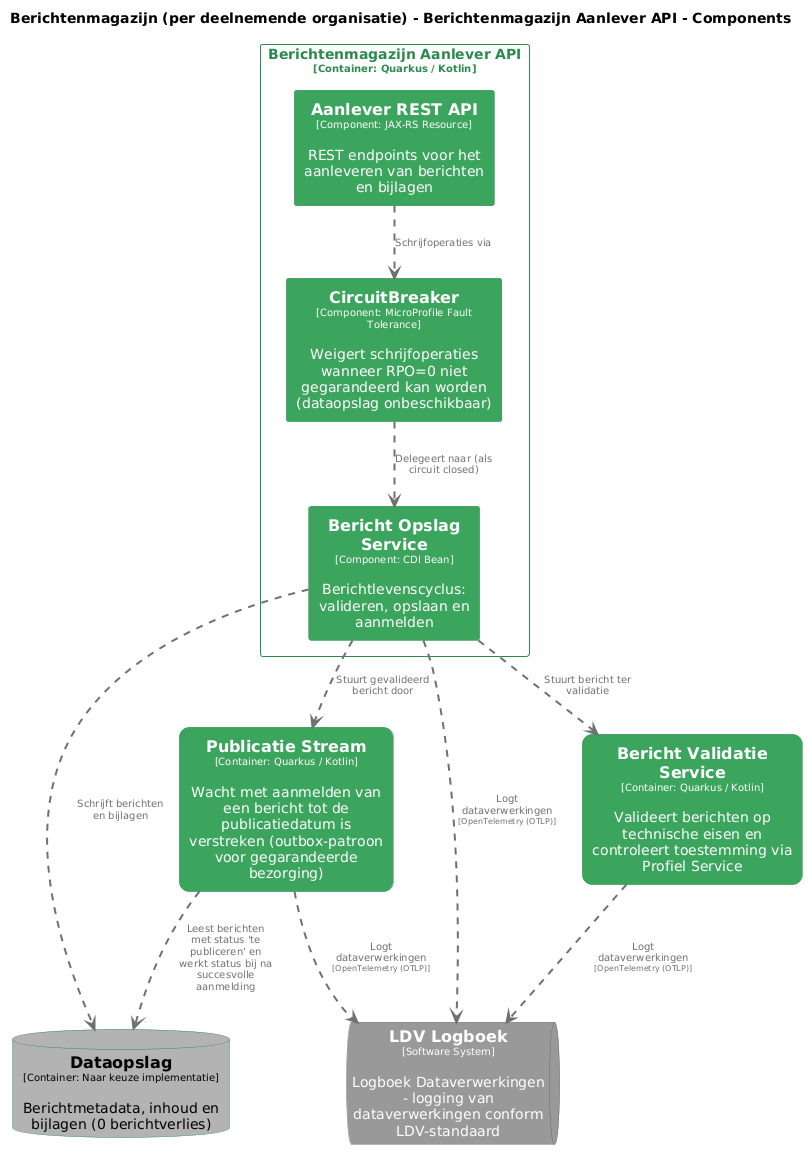
MinBZK/moza-poc-fbs-berichtenbox keeps this PlantUML diagram as pr-preview/pr-22/master/png/AanleverAPIComponenten.png. Above is the earlier version.
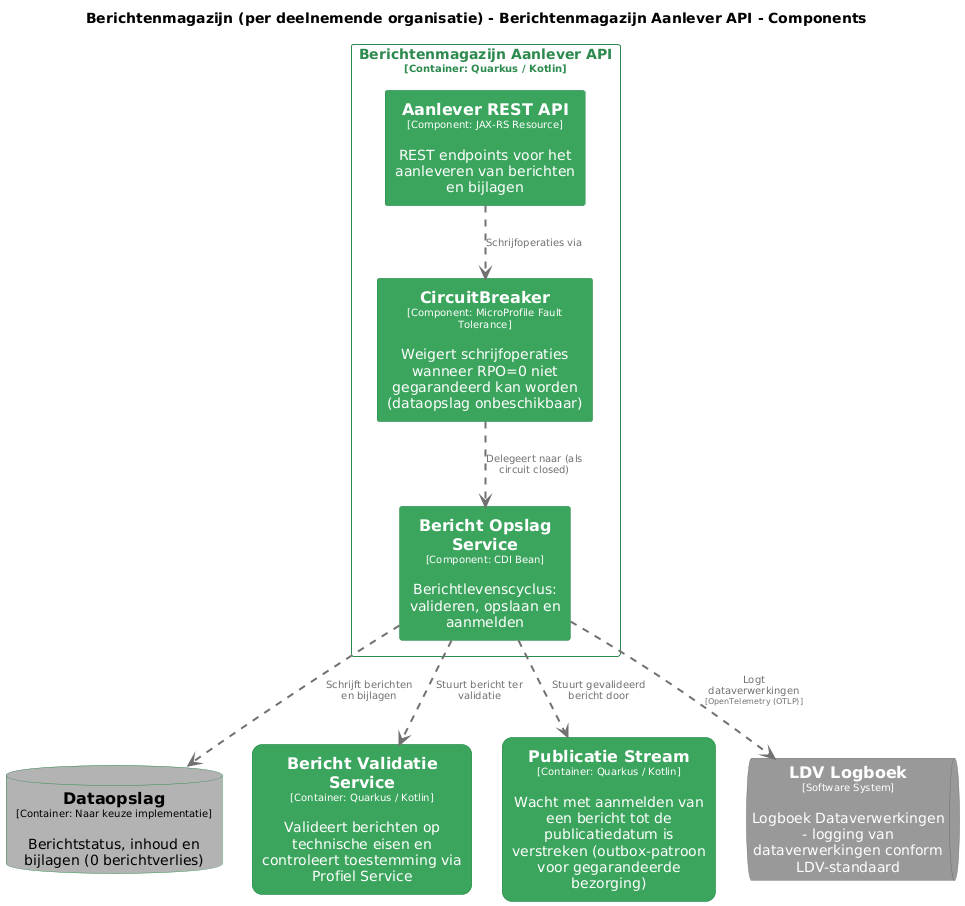
The same file after the commit.

The edit, as a diff of the source:
```diff
@@ -65,7 +65,7 @@
   shadowing false
 }
 
-database "==Dataopslag\n<size:10>[Container: Naar keuze implementatie]</size>\n\nBerichtmetadata, inhoud en bijlagen (0 berichtverlies)" <<Berichtenmagazijnperdeelnemendeorganisatie.Dataopslag>> as Berichtenmagazijnperdeelnemendeorganisatie.Dataopslag
+database "==Dataopslag\n<size:10>[Container: Naar keuze implementatie]</size>\n\nBerichtstatus, inhoud en bijlagen (0 berichtverlies)" <<Berichtenmagazijnperdeelnemendeorganisatie.Dataopslag>> as Berichtenmagazijnperdeelnemendeorganisatie.Dataopslag
 rectangle "==Bericht Validatie Service\n<size:10>[Container: Quarkus / Kotlin]</size>\n\nValideert berichten op technische eisen en controleert toestemming via Profiel Service" <<Berichtenmagazijnperdeelnemendeorganisatie.BerichtValidatieService>> as Berichtenmagazijnperdeelnemendeorganisatie.BerichtValidatieService
 rectangle "==Publicatie Stream\n<size:10>[Container: Quarkus / Kotlin]</size>\n\nWacht met aanmelden van een bericht tot de publicatiedatum is verstreken (outbox-patroon voor gegarandeerde bezorging)" <<Berichtenmagazijnperdeelnemendeorganisatie.PublicatieStream>> as Berichtenmagazijnperdeelnemendeorganisatie.PublicatieStream
 queue "==LDV Logboek\n<size:10>[Software System]</size>\n\nLogboek Dataverwerkingen - logging van dataverwerkingen conform LDV-standaard" <<LDVLogboek>> as LDVLogboek
@@ -77,12 +77,9 @@
 }
 
 Berichtenmagazijnperdeelnemendeorganisatie.BerichtenmagazijnAanleverAPI.BerichtOpslagService .[#707070,thickness=2].> LDVLogboek : "<color:#707070>Logt dataverwerkingen\n<color:#707070><size:8>[OpenTelemetry (OTLP)]</size>"
-Berichtenmagazijnperdeelnemendeorganisatie.BerichtValidatieService .[#707070,thickness=2].> LDVLogboek : "<color:#707070>Logt dataverwerkingen\n<color:#707070><size:8>[OpenTelemetry (OTLP)]</size>"
-Berichtenmagazijnperdeelnemendeorganisatie.PublicatieStream .[#707070,thickness=2].> LDVLogboek : "<color:#707070>Logt dataverwerkingen\n<color:#707070><size:8>[OpenTelemetry (OTLP)]</size>"
 Berichtenmagazijnperdeelnemendeorganisatie.BerichtenmagazijnAanleverAPI.AanleverRESTAPI .[#707070,thickness=2].> Berichtenmagazijnperdeelnemendeorganisatie.BerichtenmagazijnAanleverAPI.CircuitBreaker : "<color:#707070>Schrijfoperaties via"
 Berichtenmagazijnperdeelnemendeorganisatie.BerichtenmagazijnAanleverAPI.CircuitBreaker .[#707070,thickness=2].> Berichtenmagazijnperdeelnemendeorganisatie.BerichtenmagazijnAanleverAPI.BerichtOpslagService : "<color:#707070>Delegeert naar (als circuit closed)"
 Berichtenmagazijnperdeelnemendeorganisatie.BerichtenmagazijnAanleverAPI.BerichtOpslagService .[#707070,thickness=2].> Berichtenmagazijnperdeelnemendeorganisatie.Dataopslag : "<color:#707070>Schrijft berichten en bijlagen"
 Berichtenmagazijnperdeelnemendeorganisatie.BerichtenmagazijnAanleverAPI.BerichtOpslagService .[#707070,thickness=2].> Berichtenmagazijnperdeelnemendeorganisatie.BerichtValidatieService : "<color:#707070>Stuurt bericht ter validatie"
 Berichtenmagazijnperdeelnemendeorganisatie.BerichtenmagazijnAanleverAPI.BerichtOpslagService .[#707070,thickness=2].> Berichtenmagazijnperdeelnemendeorganisatie.PublicatieStream : "<color:#707070>Stuurt gevalideerd bericht door"
-Berichtenmagazijnperdeelnemendeorganisatie.PublicatieStream .[#707070,thickness=2].> Berichtenmagazijnperdeelnemendeorganisatie.Dataopslag : "<color:#707070>Leest berichten met status 'te publiceren' en werkt status bij na succesvolle aanmelding"
 @enduml
```
